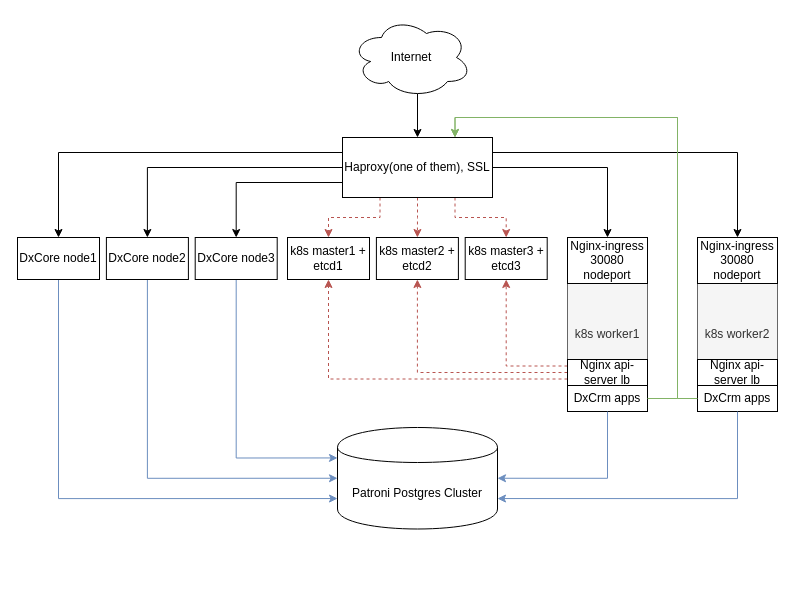
Above: v1.drawio in kpbll/draw.io (draw.io), before the change. Source tidied: cells renumbered, new cells numbered last; positions are measured from the earlier drawing's top-left corner, leaving out a move shared by most shapes. Both pictures are drawn from the tidied source at 100%, with x=0, y=0 at pixel (17, 17).
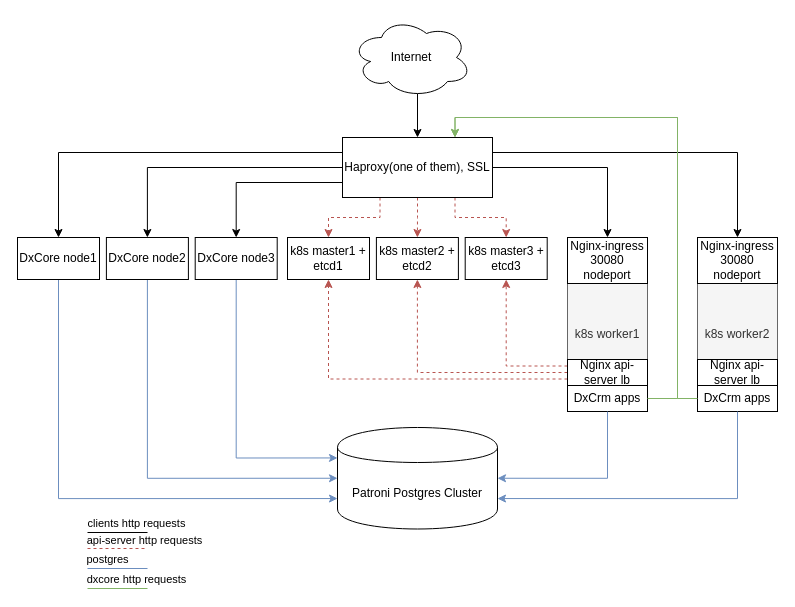
The same page after the edit.

Change to the diagram source:
```diff
@@
+    <mxCell id="40" style="endArrow=none;html=1;fillColor=#f8cecc;strokeColor=#b85450;dashed=1;" parent="1" edge="1">
+      <mxGeometry relative="1" as="geometry">
+        <mxPoint x="70" y="531" as="sourcePoint" />
+        <mxPoint x="130" y="531" as="targetPoint" />
+      </mxGeometry>
+    </mxCell>
+    <mxCell id="41" value="api-server http requests" style="edgeLabel;html=1;align=center;verticalAlign=middle;" parent="40" vertex="1">
+      <mxGeometry x="0.15" y="-1" relative="1" as="geometry">
+        <mxPoint x="21" y="-10" as="offset" />
+      </mxGeometry>
+    </mxCell>
+    <mxCell id="42" style="endArrow=none;html=1;fillColor=#dae8fc;strokeColor=#6c8ebf;" parent="1" edge="1">
+      <mxGeometry relative="1" as="geometry">
+        <mxPoint x="70" y="551" as="sourcePoint" />
+        <mxPoint x="130" y="551" as="targetPoint" />
+      </mxGeometry>
+    </mxCell>
+    <mxCell id="43" value="postgres" style="edgeLabel;html=1;align=center;verticalAlign=middle;" parent="42" vertex="1">
+      <mxGeometry x="0.15" y="-1" relative="1" as="geometry">
+        <mxPoint x="-16" y="-11" as="offset" />
+      </mxGeometry>
+    </mxCell>
+    <mxCell id="44" style="endArrow=none;html=1;fillColor=#d5e8d4;strokeColor=#82b366;" parent="1" edge="1">
+      <mxGeometry relative="1" as="geometry">
+        <mxPoint x="70" y="571" as="sourcePoint" />
+        <mxPoint x="130" y="571" as="targetPoint" />
+      </mxGeometry>
+    </mxCell>
+    <mxCell id="45" value="dxcore http requests" style="edgeLabel;html=1;align=center;verticalAlign=middle;" parent="44" vertex="1">
+      <mxGeometry x="0.15" y="-1" relative="1" as="geometry">
+        <mxPoint x="13" y="-11" as="offset" />
+      </mxGeometry>
+    </mxCell>
+    <mxCell id="46" style="endArrow=none;html=1;" parent="1" edge="1">
+      <mxGeometry relative="1" as="geometry">
+        <mxPoint x="70" y="515" as="sourcePoint" />
+        <mxPoint x="130" y="515" as="targetPoint" />
+      </mxGeometry>
+    </mxCell>
+    <mxCell id="47" value="clients http requests" style="edgeLabel;html=1;align=center;verticalAlign=middle;" parent="46" vertex="1">
+      <mxGeometry x="0.15" y="-1" relative="1" as="geometry">
+        <mxPoint x="13" y="-11" as="offset" />
+      </mxGeometry>
+    </mxCell>
```
